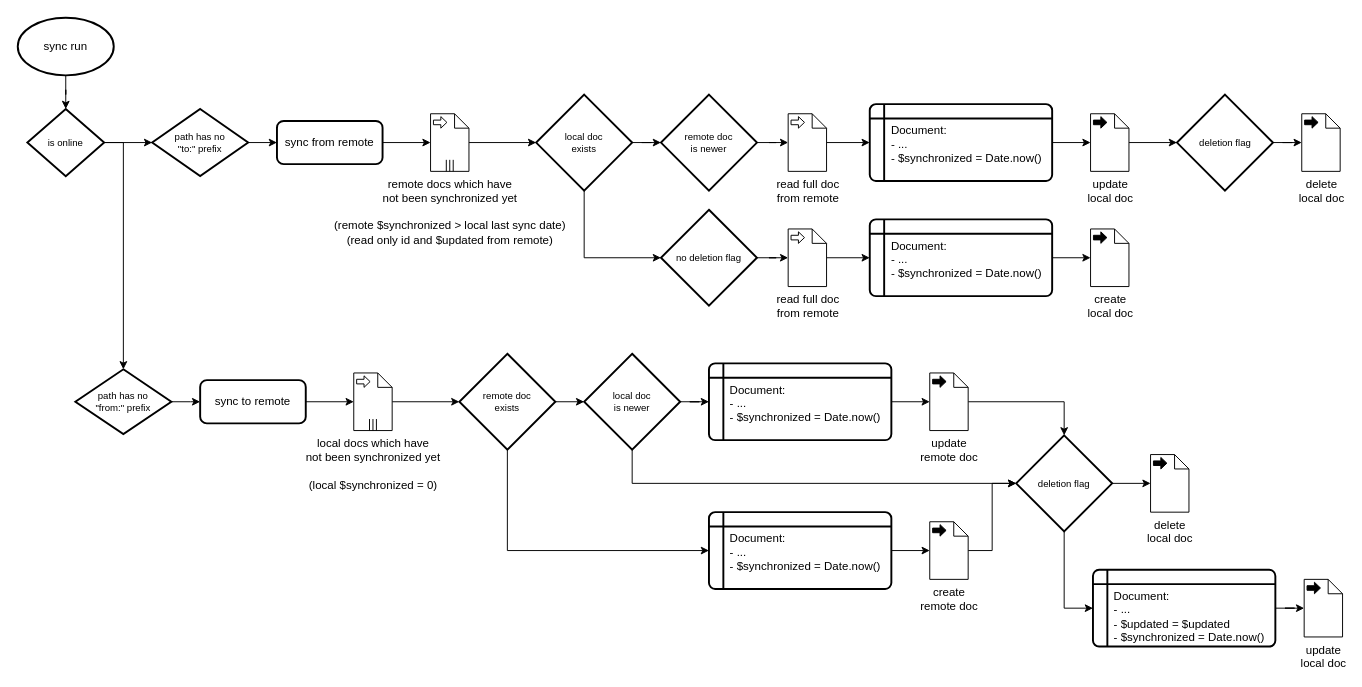
Before: flowchart-sync.drawio in scriptPilot/dexie-mysql-sync, a draw.io diagram. Source tidied: cells renumbered, new cells numbered last; positions are measured from the earlier drawing's top-left corner, leaving out a move shared by most shapes. Both pictures are drawn from the tidied source at 96%, with x=0, y=0 at pixel (17, 17).
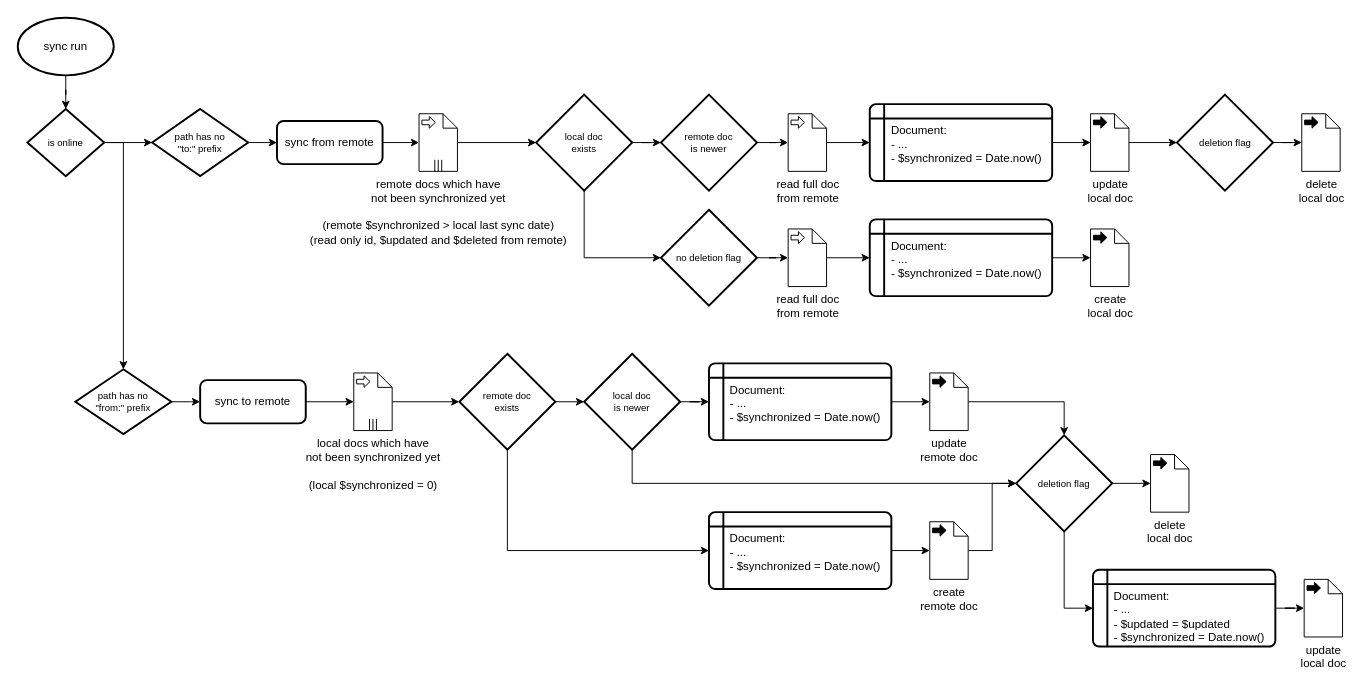
The same diagram, later.

Commit message (it also covers changes not shown here):
include $deleted from initial remote reading

closes #38

The edit, as a diff of the source:
```diff
@@
-    <mxCell id="17" value="remote docs which have&lt;br&gt;not been synchronized yet&lt;br&gt;&lt;br&gt;(remote $synchronized &amp;gt; local last sync date)&lt;div&gt;(read only id and $updated from remote)&lt;/div&gt;" style="shape=mxgraph.bpmn.data;labelPosition=center;verticalLabelPosition=bottom;align=center;verticalAlign=top;size=15;html=1;bpmnTransferType=input;isCollection=1;" parent="1" vertex="1">
-      <mxGeometry x="430" y="100" width="40" height="60" as="geometry" />
+    <mxCell id="17" value="remote docs which have&lt;br&gt;not been synchronized yet&lt;br&gt;&lt;br&gt;(remote $synchronized &amp;gt; local last sync date)&lt;div&gt;(read only id, $updated and $deleted from remote)&lt;/div&gt;" style="shape=mxgraph.bpmn.data;labelPosition=center;verticalLabelPosition=bottom;align=center;verticalAlign=top;size=15;html=1;bpmnTransferType=input;isCollection=1;" parent="1" vertex="1">
+      <mxGeometry x="418" y="100" width="40" height="60" as="geometry" />
     </mxCell>
```
